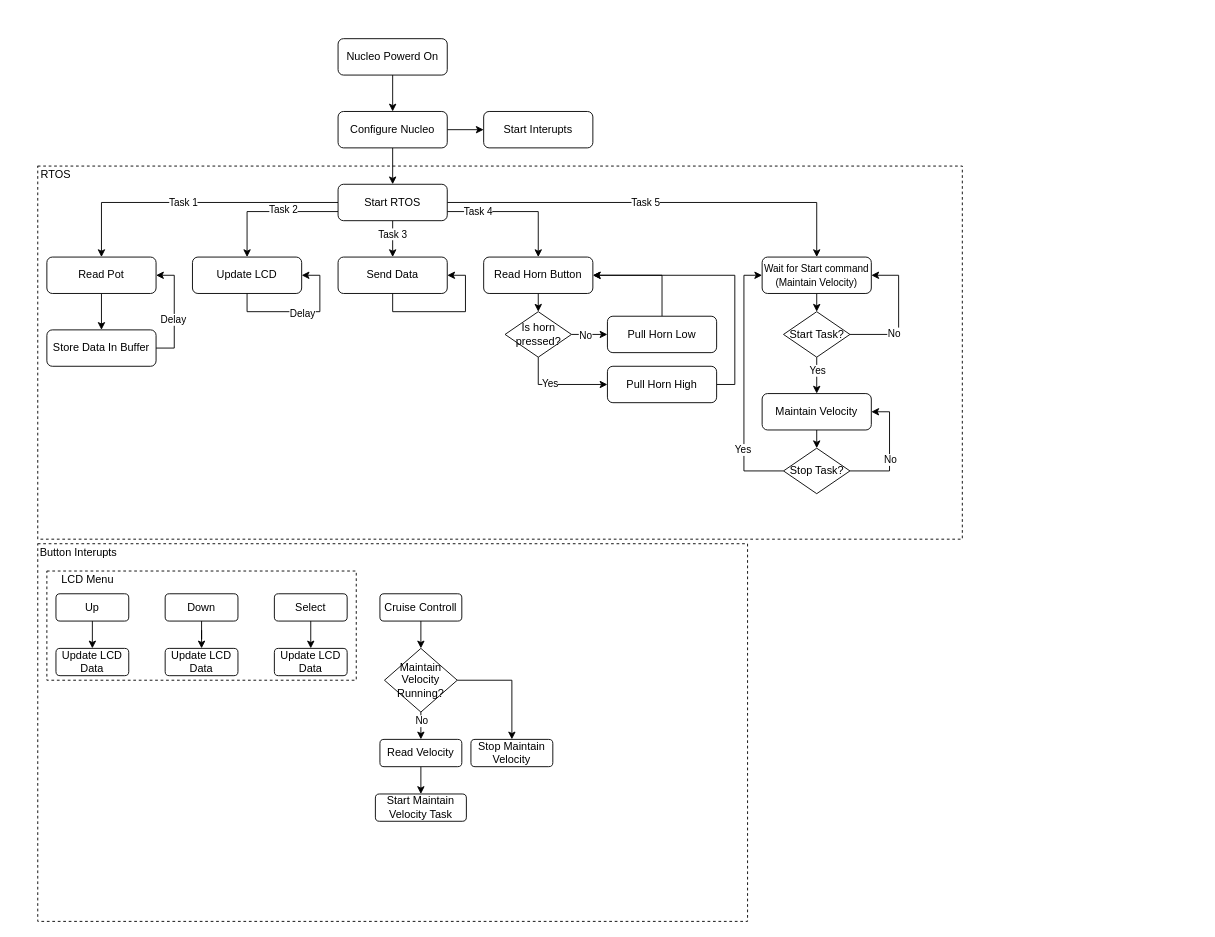
This is Block diagrams/TestBenchFlowChart.drawio from Mojitas/MUST-Autonics, a draw.io file, before an edit. Source tidied: cells renumbered, new cells numbered last; positions are measured from the earlier drawing's top-left corner, leaving out a move shared by most shapes. Both pictures are drawn from the tidied source at 91%, with x=0, y=0 at pixel (37, 38).
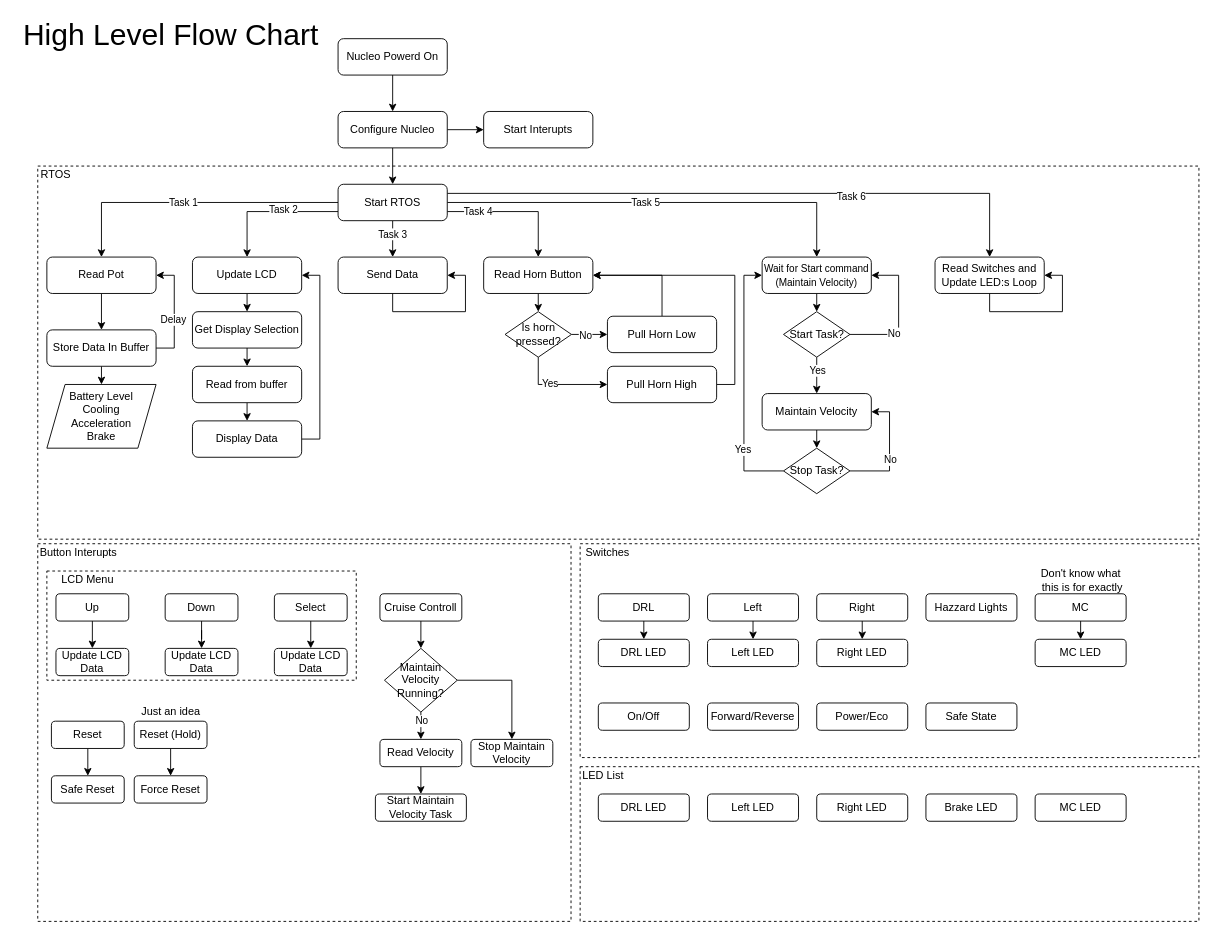
Above is the later version.

Commit message:
Updated Block diagrams\TestBenchFlowChart.drawio

Unchanged cells that the change refers to:
```xml
<mxCell id="17" value="Start RTOS" style="rounded=1;whiteSpace=wrap;html=1;fontSize=12;glass=0;strokeWidth=1;shadow=0;" parent="1" vertex="1">
  <mxGeometry x="330" y="160" width="120" height="40" as="geometry" />
</mxCell>
<mxCell id="20" value="Update LCD" style="rounded=1;whiteSpace=wrap;html=1;fontSize=12;glass=0;strokeWidth=1;shadow=0;" parent="1" vertex="1">
  <mxGeometry x="170" y="240" width="120" height="40" as="geometry" />
</mxCell>
<mxCell id="28" value="Store Data In Buffer" style="rounded=1;whiteSpace=wrap;html=1;fontSize=12;glass=0;strokeWidth=1;shadow=0;" parent="1" vertex="1">
  <mxGeometry x="10" y="320" width="120" height="40" as="geometry" />
</mxCell>
```

The edit, as a diff of the source:
```diff
@@
+    <mxCell id="79" style="edgeStyle=orthogonalEdgeStyle;rounded=0;jettySize=auto;html=1;exitX=1;exitY=0.25;exitDx=0;exitDy=0;entryX=0.5;entryY=0;entryDx=0;entryDy=0;" parent="1" edge="1" source="17" target="85">
+      <mxGeometry relative="1" as="geometry" />
+    </mxCell>
+    <mxCell id="80" value="Task 6" style="edgeLabel;html=1;align=center;verticalAlign=middle;" parent="79" vertex="1">
+      <mxGeometry x="0.33" y="-3" relative="1" as="geometry" />
+    </mxCell>
@@
+    <mxCell id="81" style="edgeStyle=orthogonalEdgeStyle;rounded=0;jettySize=auto;html=1;exitX=0.5;exitY=1;exitDx=0;exitDy=0;entryX=0.5;entryY=0;entryDx=0;entryDy=0;" parent="1" edge="1" source="20" target="108">
+      <mxGeometry relative="1" as="geometry" />
+    </mxCell>
@@
+    <mxCell id="82" style="edgeStyle=orthogonalEdgeStyle;rounded=0;jettySize=auto;html=1;exitX=0.5;exitY=1;exitDx=0;exitDy=0;entryX=0.5;entryY=0;entryDx=0;entryDy=0;" parent="1" edge="1" source="28" target="106">
+      <mxGeometry relative="1" as="geometry" />
+    </mxCell>
@@
-    <mxCell id="29" style="edgeStyle=orthogonalEdgeStyle;rounded=0;orthogonalLoop=1;jettySize=auto;html=1;exitX=0.5;exitY=1;exitDx=0;exitDy=0;entryX=1;entryY=0.5;entryDx=0;entryDy=0;" parent="1" edge="1" source="20" target="20">
-      <mxGeometry relative="1" as="geometry" />
-    </mxCell>
-    <mxCell id="30" value="Delay" style="edgeLabel;html=1;align=center;verticalAlign=middle;" parent="29" vertex="1">
-      <mxGeometry y="-1" relative="1" as="geometry" />
-    </mxCell>
@@
     <mxCell id="33" style="rounded=0;whiteSpace=wrap;html=1;fillColor=none;dashed=1;" parent="1" vertex="1">
-      <mxGeometry y="140" width="1016" height="410" as="geometry" />
+      <mxGeometry y="140" width="1276" height="410" as="geometry" />
     </mxCell>
@@
     <mxCell id="35" style="rounded=0;whiteSpace=wrap;html=1;fillColor=none;dashed=1;" parent="1" vertex="1">
-      <mxGeometry y="555" width="780" height="415" as="geometry" />
+      <mxGeometry y="555" width="586" height="415" as="geometry" />
     </mxCell>
@@
+    <mxCell id="83" style="rounded=0;whiteSpace=wrap;html=1;fillColor=none;dashed=1;" parent="1" vertex="1">
+      <mxGeometry x="596" y="555" width="680" height="235" as="geometry" />
+    </mxCell>
+    <mxCell id="84" value="Switches" style="text;html=1;align=center;verticalAlign=middle;" parent="1" vertex="1">
+      <mxGeometry x="596" y="555" width="60" height="20" as="geometry" />
+    </mxCell>
+    <mxCell id="85" value="Read Switches and Update LED:s Loop" style="rounded=1;whiteSpace=wrap;html=1;fontSize=12;glass=0;strokeWidth=1;shadow=0;" parent="1" vertex="1">
+      <mxGeometry x="986" y="240" width="120" height="40" as="geometry" />
+    </mxCell>
+    <mxCell id="86" style="edgeStyle=orthogonalEdgeStyle;rounded=0;jettySize=auto;html=1;exitX=0.5;exitY=1;exitDx=0;exitDy=0;entryX=0.5;entryY=0;entryDx=0;entryDy=0;" parent="1" edge="1" source="87" target="113">
+      <mxGeometry relative="1" as="geometry" />
+    </mxCell>
+    <mxCell id="87" value="DRL" style="rounded=1;whiteSpace=wrap;html=1;fontSize=12;glass=0;strokeWidth=1;shadow=0;" parent="1" vertex="1">
+      <mxGeometry x="616" y="610" width="100" height="30" as="geometry" />
+    </mxCell>
+    <mxCell id="88" style="edgeStyle=orthogonalEdgeStyle;rounded=0;jettySize=auto;html=1;exitX=0.5;exitY=1;exitDx=0;exitDy=0;entryX=0.5;entryY=0;entryDx=0;entryDy=0;" parent="1" edge="1" source="89" target="117">
+      <mxGeometry relative="1" as="geometry" />
+    </mxCell>
+    <mxCell id="89" value="Left" style="rounded=1;whiteSpace=wrap;html=1;fontSize=12;glass=0;strokeWidth=1;shadow=0;" parent="1" vertex="1">
+      <mxGeometry x="736" y="610" width="100" height="30" as="geometry" />
+    </mxCell>
+    <mxCell id="90" style="edgeStyle=orthogonalEdgeStyle;rounded=0;jettySize=auto;html=1;exitX=0.5;exitY=1;exitDx=0;exitDy=0;entryX=0.5;entryY=0;entryDx=0;entryDy=0;" parent="1" edge="1" source="91" target="118">
+      <mxGeometry relative="1" as="geometry" />
+    </mxCell>
+    <mxCell id="91" value="Right" style="rounded=1;whiteSpace=wrap;html=1;fontSize=12;glass=0;strokeWidth=1;shadow=0;" parent="1" vertex="1">
+      <mxGeometry x="856" y="610" width="100" height="30" as="geometry" />
+    </mxCell>
+    <mxCell id="92" value="Hazzard Lights" style="rounded=1;whiteSpace=wrap;html=1;fontSize=12;glass=0;strokeWidth=1;shadow=0;" parent="1" vertex="1">
+      <mxGeometry x="976" y="610" width="100" height="30" as="geometry" />
+    </mxCell>
+    <mxCell id="93" style="edgeStyle=orthogonalEdgeStyle;rounded=0;jettySize=auto;html=1;exitX=0.5;exitY=1;exitDx=0;exitDy=0;entryX=0.5;entryY=0;entryDx=0;entryDy=0;" parent="1" edge="1" source="94" target="121">
+      <mxGeometry relative="1" as="geometry" />
+    </mxCell>
+    <mxCell id="94" value="MC" style="rounded=1;whiteSpace=wrap;html=1;fontSize=12;glass=0;strokeWidth=1;shadow=0;" parent="1" vertex="1">
+      <mxGeometry x="1096" y="610" width="100" height="30" as="geometry" />
+    </mxCell>
+    <mxCell id="95" value="Safe State" style="rounded=1;whiteSpace=wrap;html=1;fontSize=12;glass=0;strokeWidth=1;shadow=0;" parent="1" vertex="1">
+      <mxGeometry x="976" y="730" width="100" height="30" as="geometry" />
+    </mxCell>
+    <mxCell id="96" value="On/Off" style="rounded=1;whiteSpace=wrap;html=1;fontSize=12;glass=0;strokeWidth=1;shadow=0;" parent="1" vertex="1">
+      <mxGeometry x="616" y="730" width="100" height="30" as="geometry" />
+    </mxCell>
+    <mxCell id="97" value="Forward/Reverse" style="rounded=1;whiteSpace=wrap;html=1;fontSize=12;glass=0;strokeWidth=1;shadow=0;" parent="1" vertex="1">
+      <mxGeometry x="736" y="730" width="100" height="30" as="geometry" />
+    </mxCell>
+    <mxCell id="98" value="Power/Eco" style="rounded=1;whiteSpace=wrap;html=1;fontSize=12;glass=0;strokeWidth=1;shadow=0;" parent="1" vertex="1">
+      <mxGeometry x="856" y="730" width="100" height="30" as="geometry" />
+    </mxCell>
+    <mxCell id="99" style="edgeStyle=orthogonalEdgeStyle;rounded=0;jettySize=auto;html=1;exitX=0.5;exitY=1;exitDx=0;exitDy=0;entryX=0.5;entryY=0;entryDx=0;entryDy=0;" parent="1" edge="1" source="100" target="101">
+      <mxGeometry relative="1" as="geometry" />
+    </mxCell>
+    <mxCell id="100" value="Reset" style="rounded=1;whiteSpace=wrap;html=1;fontSize=12;glass=0;strokeWidth=1;shadow=0;" parent="1" vertex="1">
+      <mxGeometry x="15" y="750" width="80" height="30" as="geometry" />
+    </mxCell>
+    <mxCell id="101" value="Safe Reset" style="rounded=1;whiteSpace=wrap;html=1;fontSize=12;glass=0;strokeWidth=1;shadow=0;" parent="1" vertex="1">
+      <mxGeometry x="15" y="810" width="80" height="30" as="geometry" />
+    </mxCell>
+    <mxCell id="102" style="edgeStyle=orthogonalEdgeStyle;rounded=0;jettySize=auto;html=1;exitX=0.5;exitY=1;exitDx=0;exitDy=0;entryX=0.5;entryY=0;entryDx=0;entryDy=0;" parent="1" edge="1" source="103" target="104">
+      <mxGeometry relative="1" as="geometry" />
+    </mxCell>
+    <mxCell id="103" value="Reset (Hold)" style="rounded=1;whiteSpace=wrap;html=1;fontSize=12;glass=0;strokeWidth=1;shadow=0;" parent="1" vertex="1">
+      <mxGeometry x="106" y="750" width="80" height="30" as="geometry" />
+    </mxCell>
+    <mxCell id="104" value="Force Reset" style="rounded=1;whiteSpace=wrap;html=1;fontSize=12;glass=0;strokeWidth=1;shadow=0;" parent="1" vertex="1">
+      <mxGeometry x="106" y="810" width="80" height="30" as="geometry" />
+    </mxCell>
+    <mxCell id="105" value="Just an idea" style="text;html=1;align=center;verticalAlign=middle;" parent="1" vertex="1">
+      <mxGeometry x="106" y="730" width="80" height="20" as="geometry" />
+    </mxCell>
+    <mxCell id="106" value="Battery Level&lt;br&gt;Cooling&lt;br&gt;Acceleration&lt;br&gt;Brake" style="shape=parallelogram;perimeter=parallelogramPerimeter;whiteSpace=wrap;html=1;fixedSize=1;" parent="1" vertex="1">
+      <mxGeometry x="10" y="380" width="120" height="70" as="geometry" />
+    </mxCell>
+    <mxCell id="107" style="edgeStyle=orthogonalEdgeStyle;rounded=0;jettySize=auto;html=1;exitX=0.5;exitY=1;exitDx=0;exitDy=0;entryX=0.5;entryY=0;entryDx=0;entryDy=0;" parent="1" edge="1" source="108" target="110">
+      <mxGeometry relative="1" as="geometry" />
+    </mxCell>
+    <mxCell id="108" value="Get Display Selection" style="rounded=1;whiteSpace=wrap;html=1;fontSize=12;glass=0;strokeWidth=1;shadow=0;" parent="1" vertex="1">
+      <mxGeometry x="170" y="300" width="120" height="40" as="geometry" />
+    </mxCell>
+    <mxCell id="109" style="edgeStyle=orthogonalEdgeStyle;rounded=0;jettySize=auto;html=1;exitX=0.5;exitY=1;exitDx=0;exitDy=0;entryX=0.5;entryY=0;entryDx=0;entryDy=0;" parent="1" edge="1" source="110" target="112">
+      <mxGeometry relative="1" as="geometry" />
+    </mxCell>
+    <mxCell id="110" value="Read from buffer" style="rounded=1;whiteSpace=wrap;html=1;fontSize=12;glass=0;strokeWidth=1;shadow=0;" parent="1" vertex="1">
+      <mxGeometry x="170" y="360" width="120" height="40" as="geometry" />
+    </mxCell>
+    <mxCell id="111" style="edgeStyle=orthogonalEdgeStyle;rounded=0;jettySize=auto;html=1;exitX=1;exitY=0.5;exitDx=0;exitDy=0;entryX=1;entryY=0.5;entryDx=0;entryDy=0;" parent="1" edge="1" source="112" target="20">
+      <mxGeometry relative="1" as="geometry" />
+    </mxCell>
+    <mxCell id="112" value="Display Data" style="rounded=1;whiteSpace=wrap;html=1;fontSize=12;glass=0;strokeWidth=1;shadow=0;" parent="1" vertex="1">
+      <mxGeometry x="170" y="420" width="120" height="40" as="geometry" />
+    </mxCell>
+    <mxCell id="113" value="DRL LED" style="rounded=1;whiteSpace=wrap;html=1;fontSize=12;glass=0;strokeWidth=1;shadow=0;" parent="1" vertex="1">
+      <mxGeometry x="616" y="660" width="100" height="30" as="geometry" />
+    </mxCell>
+    <mxCell id="114" style="rounded=0;whiteSpace=wrap;html=1;fillColor=none;dashed=1;" parent="1" vertex="1">
+      <mxGeometry x="596" y="800" width="680" height="170" as="geometry" />
+    </mxCell>
+    <mxCell id="115" value="LED List" style="text;html=1;align=center;verticalAlign=middle;" parent="1" vertex="1">
+      <mxGeometry x="591" y="800" width="60" height="20" as="geometry" />
+    </mxCell>
+    <mxCell id="116" value="DRL LED" style="rounded=1;whiteSpace=wrap;html=1;fontSize=12;glass=0;strokeWidth=1;shadow=0;" parent="1" vertex="1">
+      <mxGeometry x="616" y="830" width="100" height="30" as="geometry" />
+    </mxCell>
+    <mxCell id="117" value="Left LED" style="rounded=1;whiteSpace=wrap;html=1;fontSize=12;glass=0;strokeWidth=1;shadow=0;" parent="1" vertex="1">
+      <mxGeometry x="736" y="660" width="100" height="30" as="geometry" />
+    </mxCell>
+    <mxCell id="118" value="Right LED" style="rounded=1;whiteSpace=wrap;html=1;fontSize=12;glass=0;strokeWidth=1;shadow=0;" parent="1" vertex="1">
+      <mxGeometry x="856" y="660" width="100" height="30" as="geometry" />
+    </mxCell>
+    <mxCell id="119" value="Left LED" style="rounded=1;whiteSpace=wrap;html=1;fontSize=12;glass=0;strokeWidth=1;shadow=0;" parent="1" vertex="1">
+      <mxGeometry x="736" y="830" width="100" height="30" as="geometry" />
+    </mxCell>
+    <mxCell id="120" value="Right LED" style="rounded=1;whiteSpace=wrap;html=1;fontSize=12;glass=0;strokeWidth=1;shadow=0;" parent="1" vertex="1">
+      <mxGeometry x="856" y="830" width="100" height="30" as="geometry" />
+    </mxCell>
+    <mxCell id="121" value="MC LED" style="rounded=1;whiteSpace=wrap;html=1;fontSize=12;glass=0;strokeWidth=1;shadow=0;" parent="1" vertex="1">
+      <mxGeometry x="1096" y="660" width="100" height="30" as="geometry" />
+    </mxCell>
+    <mxCell id="122" value="Don't know what&lt;br&gt;&amp;nbsp;this is for exactly" style="text;html=1;align=center;verticalAlign=middle;" parent="1" vertex="1">
+      <mxGeometry x="1091" y="580" width="110" height="30" as="geometry" />
+    </mxCell>
+    <mxCell id="123" value="Brake LED" style="rounded=1;whiteSpace=wrap;html=1;fontSize=12;glass=0;strokeWidth=1;shadow=0;" parent="1" vertex="1">
+      <mxGeometry x="976" y="830" width="100" height="30" as="geometry" />
+    </mxCell>
+    <mxCell id="124" value="MC LED" style="rounded=1;whiteSpace=wrap;html=1;fontSize=12;glass=0;strokeWidth=1;shadow=0;" parent="1" vertex="1">
+      <mxGeometry x="1096" y="830" width="100" height="30" as="geometry" />
+    </mxCell>
+    <mxCell id="125" style="edgeStyle=orthogonalEdgeStyle;rounded=0;orthogonalLoop=1;jettySize=auto;html=1;exitX=0.5;exitY=1;exitDx=0;exitDy=0;entryX=1;entryY=0.5;entryDx=0;entryDy=0;" parent="1" edge="1" source="85" target="85">
+      <mxGeometry relative="1" as="geometry" />
+    </mxCell>
+    <mxCell id="126" value="&lt;font style=&quot;font-size: 33px&quot;&gt;High Level Flow Chart&lt;/font&gt;" style="text;html=1;align=center;verticalAlign=middle;" parent="1" vertex="1">
+      <mxGeometry x="-24" y="-20" width="340" height="30" as="geometry" />
+    </mxCell>
```
